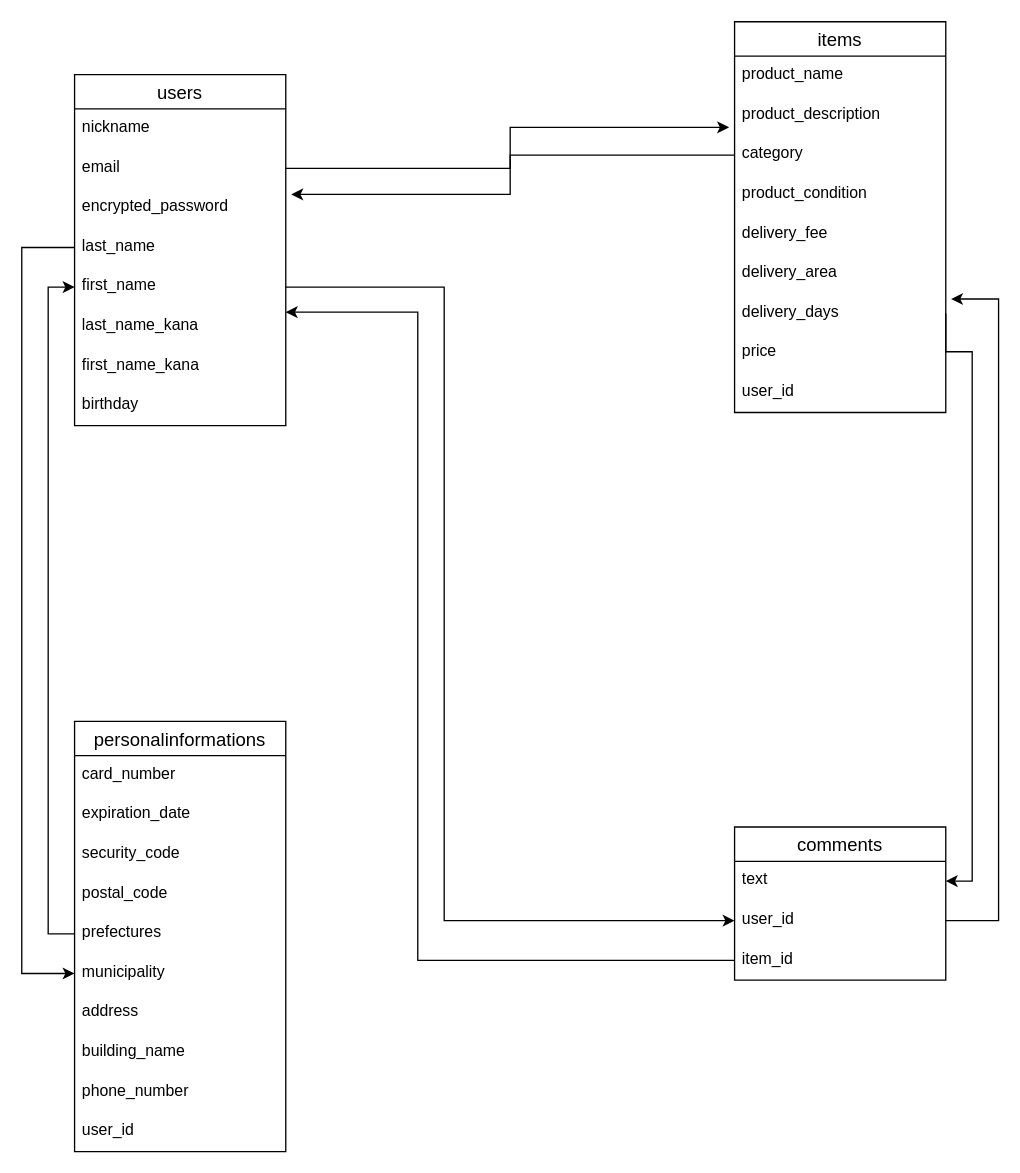
Before: db_er.dio in yonblog/furima-34814, a draw.io diagram. Source tidied: cells renumbered, new cells numbered last; positions are measured from the earlier drawing's top-left corner, leaving out a move shared by most shapes. Both pictures are drawn from the tidied source at 132%, with x=0, y=0 at pixel (21, 21).
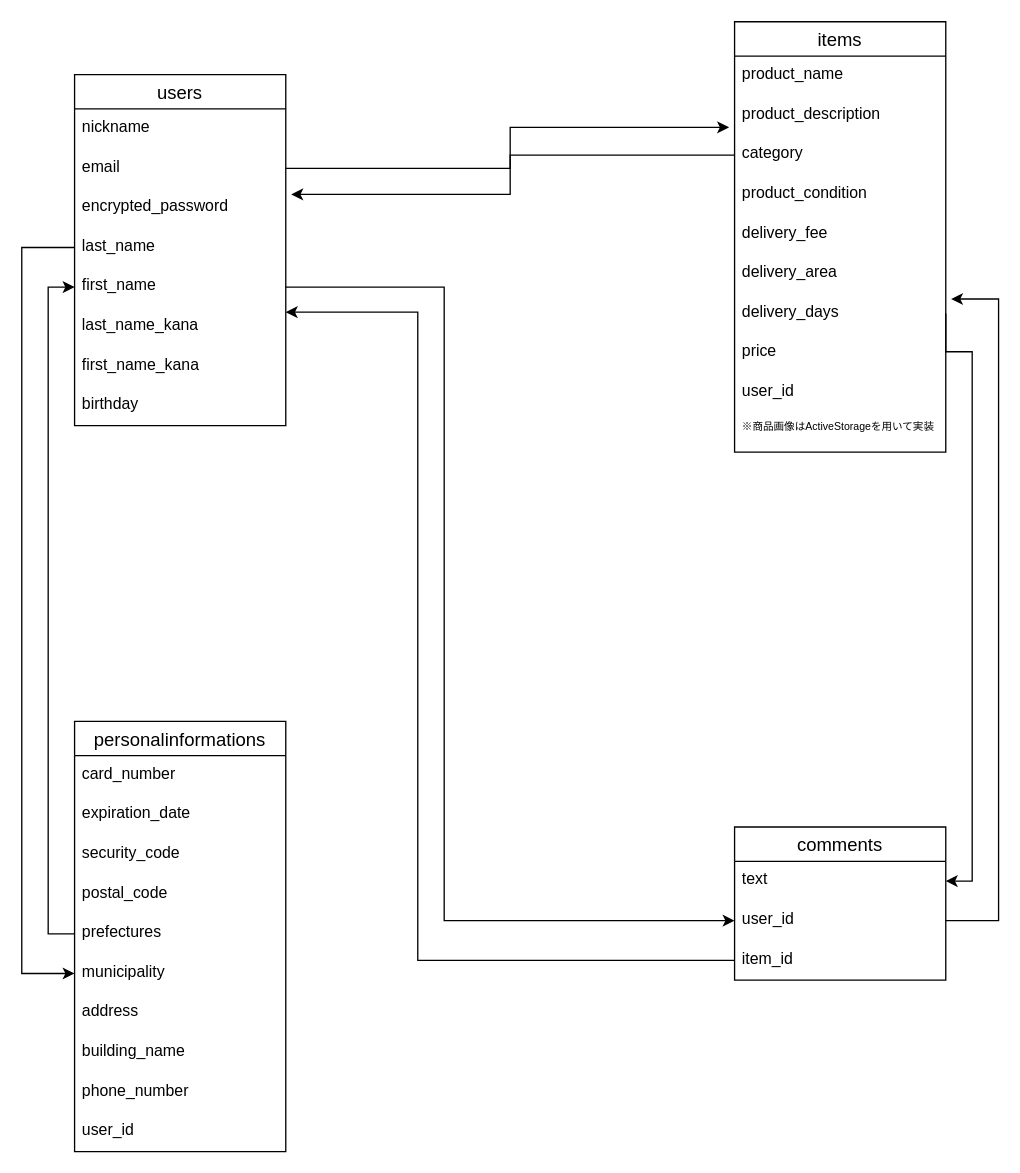
After the change.

Commit message (it also covers changes not shown here):
画像カラムの補足の追加

Diff of the diagram source:
```diff
@@
     <mxCell id="26" value="items" style="swimlane;fontStyle=0;horizontal=1;startSize=26;align=center;fontSize=14;" parent="1" vertex="1">
-      <mxGeometry x="540" width="160" height="296" as="geometry" />
+      <mxGeometry x="540" width="160" height="326" as="geometry" />
     </mxCell>
@@
+    <mxCell id="44" value="user_id" style="text;strokeColor=none;fillColor=none;spacingLeft=4;spacingRight=4;overflow=hidden;fontSize=12;" parent="26" vertex="1">
+      <mxGeometry y="266" width="160" height="30" as="geometry" />
+    </mxCell>
-    <mxCell id="35" value="user_id" style="text;strokeColor=none;fillColor=none;spacingLeft=4;spacingRight=4;overflow=hidden;fontSize=12;" parent="26" vertex="1">
-      <mxGeometry y="266" width="160" height="30" as="geometry" />
+    <mxCell id="35" value="※商品画像はActiveStorageを用いて実装" style="text;strokeColor=none;fillColor=none;spacingLeft=4;spacingRight=4;overflow=hidden;fontSize=8;" parent="26" vertex="1">
+      <mxGeometry y="296" width="160" height="30" as="geometry" />
     </mxCell>
```
